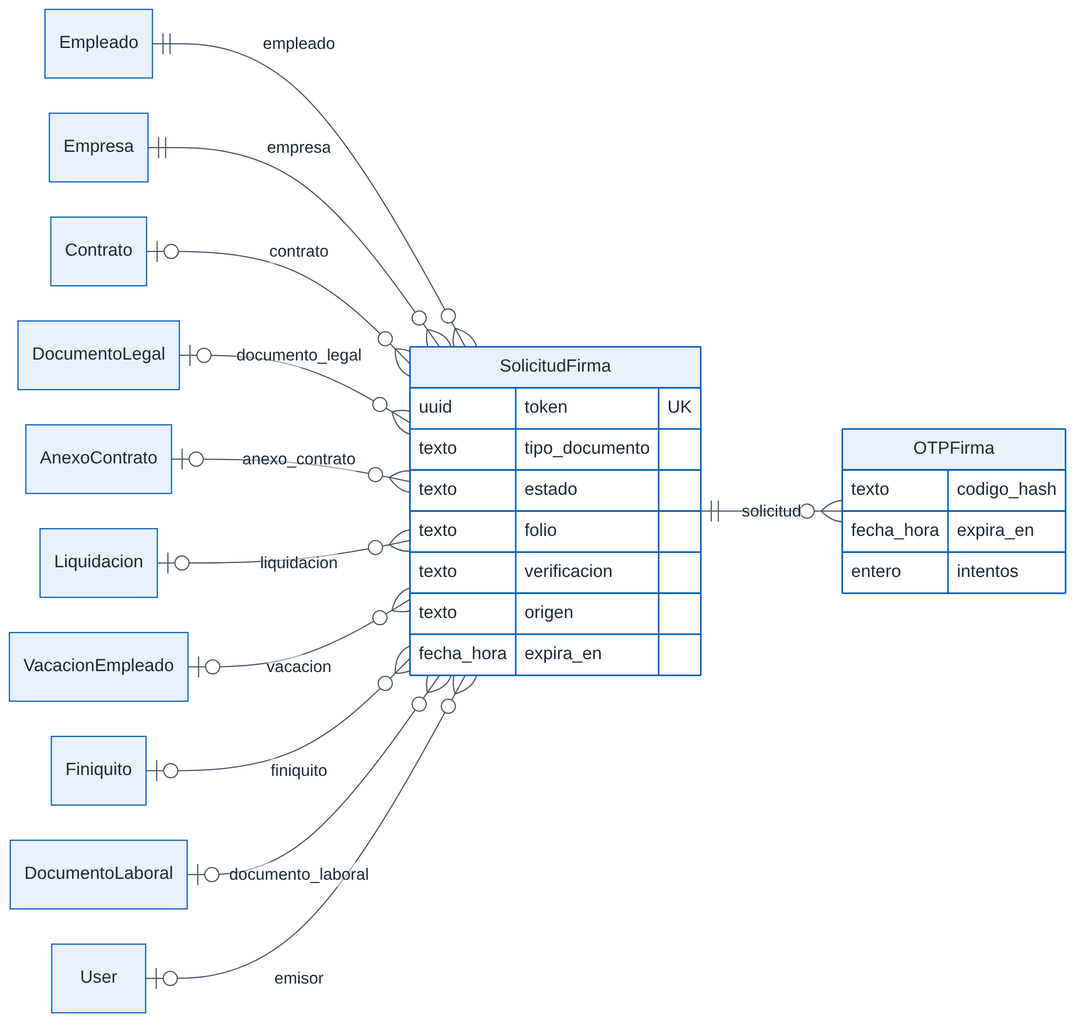
Before: docs/tecnico/figuras/06-er-firma.png, a diagram exported from Mermaid (FehuDeveloperTeam/jornada40-saas). Its source is kept beside it as docs/tecnico/figuras/06-er-firma.mmd.
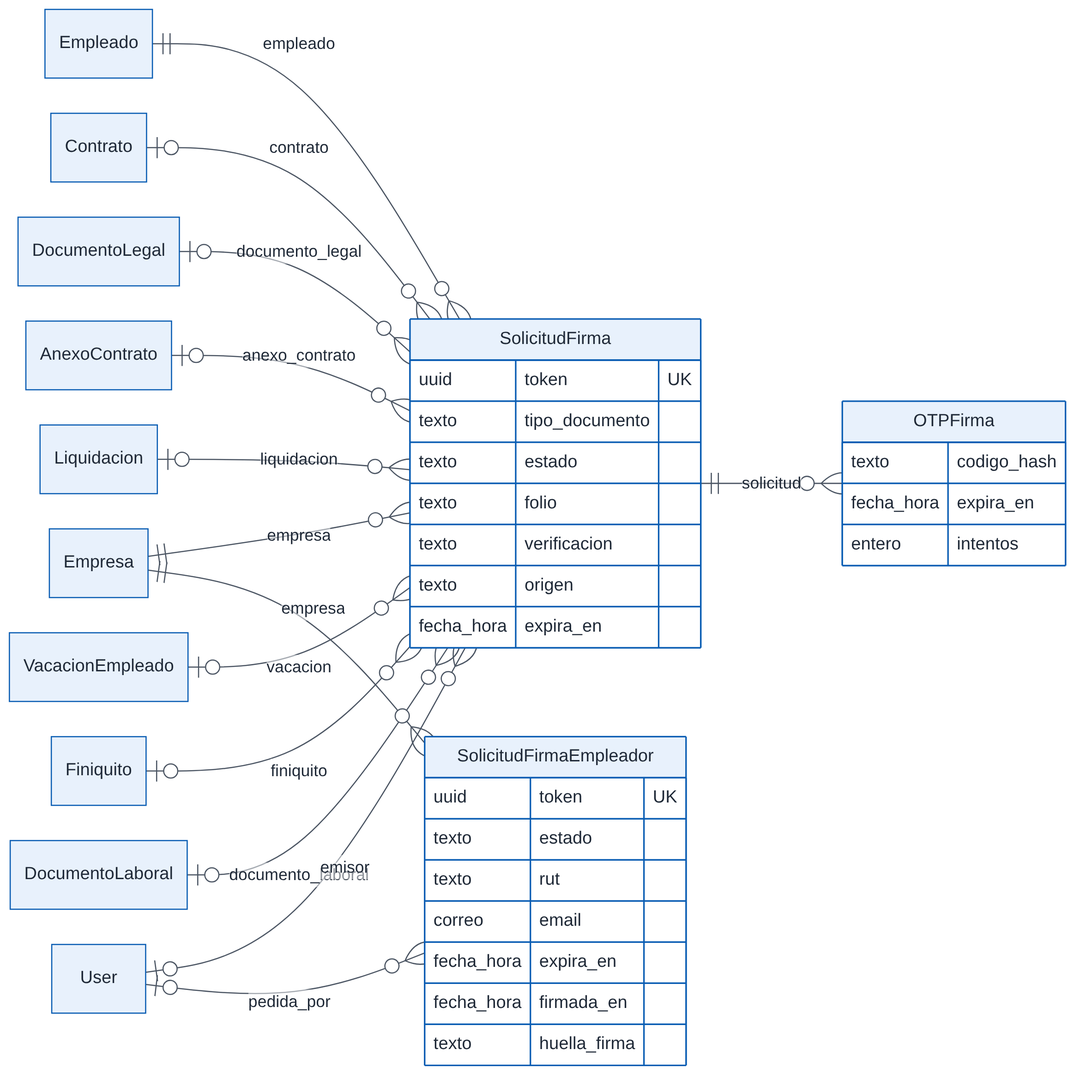
The same diagram one commit later.

Diff of the diagram source:
```diff
@@ -11,6 +11,8 @@
   DocumentoLaboral |o--o{ SolicitudFirma : "documento_laboral"
   User |o--o{ SolicitudFirma : "emisor"
   SolicitudFirma ||--o{ OTPFirma : "solicitud"
+  Empresa ||--o{ SolicitudFirmaEmpleador : "empresa"
+  User |o--o{ SolicitudFirmaEmpleador : "pedida_por"
   SolicitudFirma {
     uuid token UK
     texto tipo_documento
@@ -25,3 +27,12 @@
     fecha_hora expira_en
     entero intentos
   }
+  SolicitudFirmaEmpleador {
+    uuid token UK
+    texto estado
+    texto rut
+    correo email
+    fecha_hora expira_en
+    fecha_hora firmada_en
+    texto huella_firma
+  }
```
